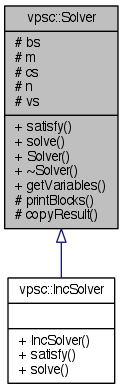
mjwybrow/adaptagrams keeps this Graphviz diagram as documentation/classvpsc_1_1Solver__inherit__graph.png. Above is the earlier version. Its source is kept beside it as documentation/classvpsc_1_1Solver__inherit__graph.dot.
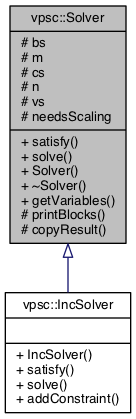
Later version of the same file.

Diff of the diagram source:
```diff
@@ -2,7 +2,7 @@
 {
   edge [fontname="Helvetica",fontsize="10",labelfontname="Helvetica",labelfontsize="10"];
   node [fontname="Helvetica",fontsize="10",shape=record];
-  Node1 [label="{vpsc::Solver\n|# bs\l# m\l# cs\l# n\l# vs\l|+ satisfy()\l+ solve()\l+ Solver()\l+ ~Solver()\l+ getVariables()\l# printBlocks()\l# copyResult()\l}",height=0.2,width=0.4,color="black", fillcolor="grey75", style="filled" fontcolor="black"];
+  Node1 [label="{vpsc::Solver\n|# bs\l# m\l# cs\l# n\l# vs\l# needsScaling\l|+ satisfy()\l+ solve()\l+ Solver()\l+ ~Solver()\l+ getVariables()\l# printBlocks()\l# copyResult()\l}",height=0.2,width=0.4,color="black", fillcolor="grey75", style="filled", fontcolor="black"];
   Node1 -> Node2 [dir="back",color="midnightblue",fontsize="10",style="solid",arrowtail="onormal",fontname="Helvetica"];
-  Node2 [label="{vpsc::IncSolver\n||+ IncSolver()\l+ satisfy()\l+ solve()\l}",height=0.2,width=0.4,color="black", fillcolor="white", style="filled",URL="$classvpsc_1_1IncSolver.html",tooltip="Incremental solver for Variable Placement with Separation Constraints problem instance."];
+  Node2 [label="{vpsc::IncSolver\n||+ IncSolver()\l+ satisfy()\l+ solve()\l+ addConstraint()\l}",height=0.2,width=0.4,color="black", fillcolor="white", style="filled",URL="$classvpsc_1_1IncSolver.html",tooltip="Incremental solver for Variable Placement with Separation Constraints problem instance. "];
 }
```
